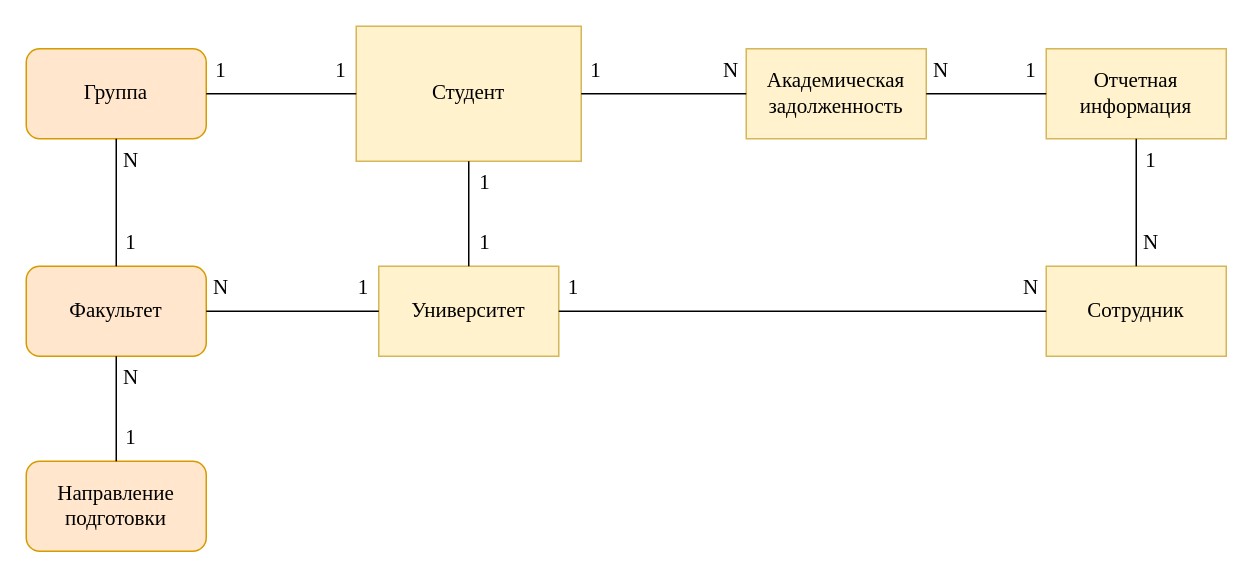
This is ER-диаграмма.drawio from DLordxxx/Practice, a draw.io file, before an edit. Source tidied: cells renumbered, new cells numbered last; positions are measured from the earlier drawing's top-left corner, leaving out a move shared by most shapes. Both pictures are drawn from the tidied source at 150%, with x=0, y=0 at pixel (26, 26).
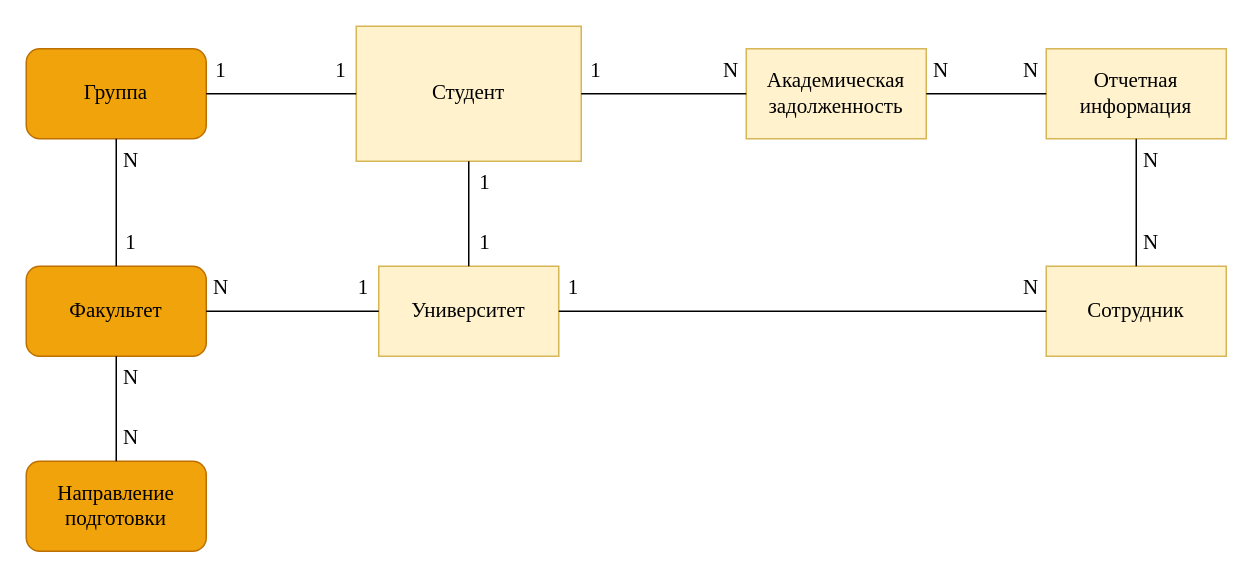
After the change.

Commit message:
upd ER-диаграмма

What changed in the source:
```diff
@@
-    <mxCell id="7" value="Группа" style="rounded=1;whiteSpace=wrap;html=1;fontFamily=Times New Roman;fontSize=14;fillColor=#ffe6cc;strokeColor=#d79b00;" parent="1" vertex="1">
+    <mxCell id="7" value="Группа" style="rounded=1;whiteSpace=wrap;html=1;fontFamily=Times New Roman;fontSize=14;fillColor=#f0a30a;strokeColor=#BD7000;fontColor=#000000;" parent="1" vertex="1">
       <mxGeometry y="15" width="120" height="60" as="geometry" />
     </mxCell>
-    <mxCell id="8" value="Факультет" style="rounded=1;whiteSpace=wrap;html=1;fontFamily=Times New Roman;fontSize=14;fillColor=#ffe6cc;strokeColor=#d79b00;" parent="1" vertex="1">
+    <mxCell id="8" value="Факультет" style="rounded=1;whiteSpace=wrap;html=1;fontFamily=Times New Roman;fontSize=14;fillColor=#f0a30a;strokeColor=#BD7000;fontColor=#000000;" parent="1" vertex="1">
       <mxGeometry y="160" width="120" height="60" as="geometry" />
     </mxCell>
-    <mxCell id="9" value="Направление подготовки" style="rounded=1;whiteSpace=wrap;html=1;fontFamily=Times New Roman;fontSize=14;fillColor=#ffe6cc;strokeColor=#d79b00;" parent="1" vertex="1">
+    <mxCell id="9" value="Направление подготовки" style="rounded=1;whiteSpace=wrap;html=1;fontFamily=Times New Roman;fontSize=14;fillColor=#f0a30a;strokeColor=#BD7000;fontColor=#000000;" parent="1" vertex="1">
       <mxGeometry y="290" width="120" height="60" as="geometry" />
     </mxCell>
@@
-    <mxCell id="17" value="1" style="text;html=1;align=center;verticalAlign=middle;whiteSpace=wrap;rounded=0;fontFamily=Times New Roman;fontSize=14;" parent="1" vertex="1">
+    <mxCell id="17" value="N" style="text;html=1;align=center;verticalAlign=middle;whiteSpace=wrap;rounded=0;fontFamily=Times New Roman;fontSize=14;" parent="1" vertex="1">
       <mxGeometry x="60" y="260" width="20" height="30" as="geometry" />
     </mxCell>
@@
-    <mxCell id="24" value="1" style="text;html=1;align=center;verticalAlign=middle;whiteSpace=wrap;rounded=0;fontFamily=Times New Roman;fontSize=14;" parent="1" vertex="1">
+    <mxCell id="24" value="N" style="text;html=1;align=center;verticalAlign=middle;whiteSpace=wrap;rounded=0;fontFamily=Times New Roman;fontSize=14;" parent="1" vertex="1">
       <mxGeometry x="660" y="15" width="20" height="30" as="geometry" />
     </mxCell>
@@
-    <mxCell id="33" value="1" style="text;html=1;align=center;verticalAlign=middle;whiteSpace=wrap;rounded=0;fontFamily=Times New Roman;fontSize=14;" parent="1" vertex="1">
+    <mxCell id="33" value="N" style="text;html=1;align=center;verticalAlign=middle;whiteSpace=wrap;rounded=0;fontFamily=Times New Roman;fontSize=14;" parent="1" vertex="1">
       <mxGeometry x="740" y="75" width="20" height="30" as="geometry" />
     </mxCell>
```
